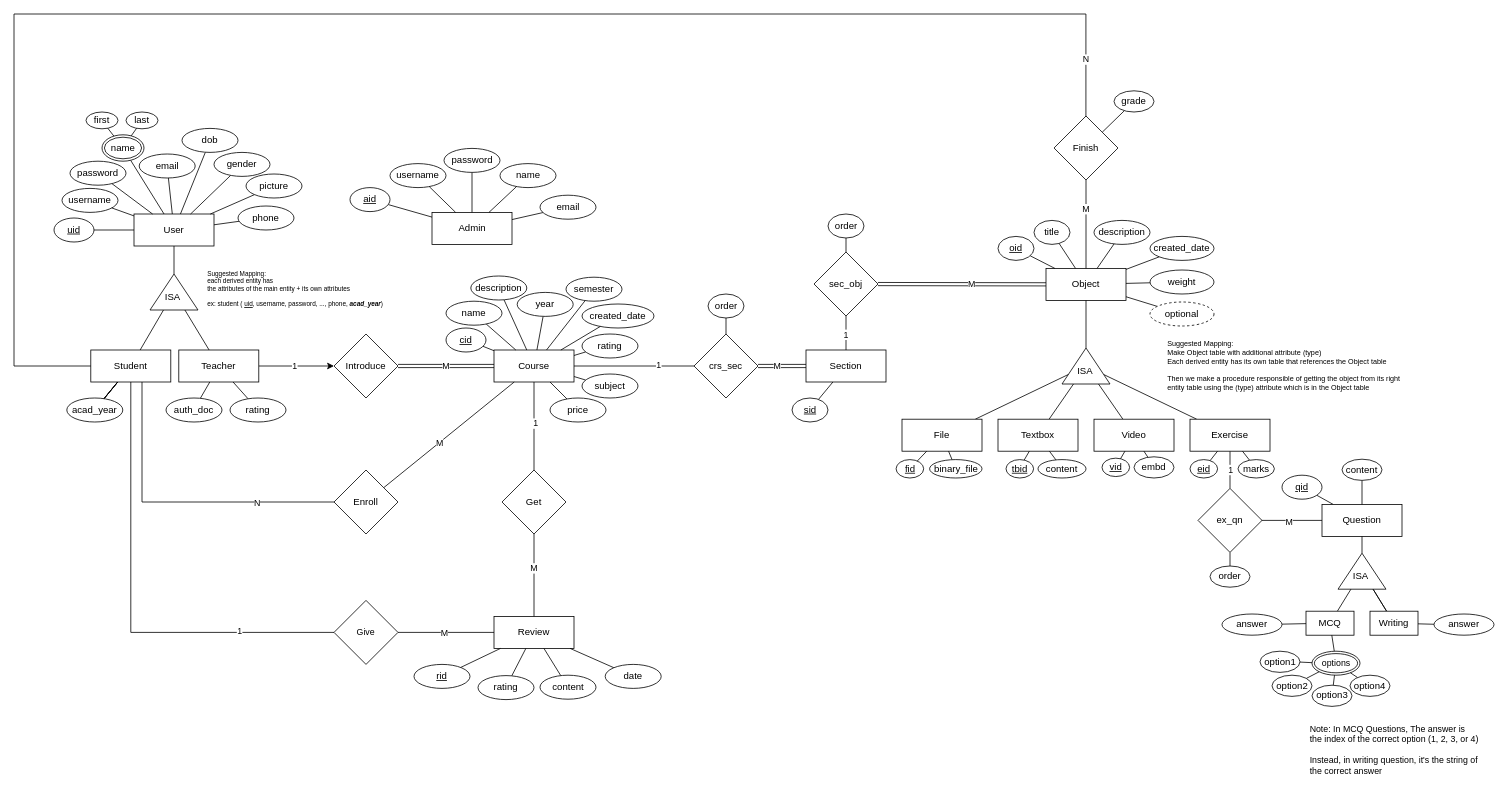
This is page "ERD" (1 of 2) of Design/Database Diagrams.drawio from ahmedamrelhefnawy/Neon-Academy, a draw.io file, before an edit. Source tidied: cells renumbered, new cells numbered last; positions are measured from the earlier drawing's top-left corner, leaving out a move shared by most shapes. Both pictures are drawn from the tidied source at 80%, with x=0, y=0 at pixel (14, 14).
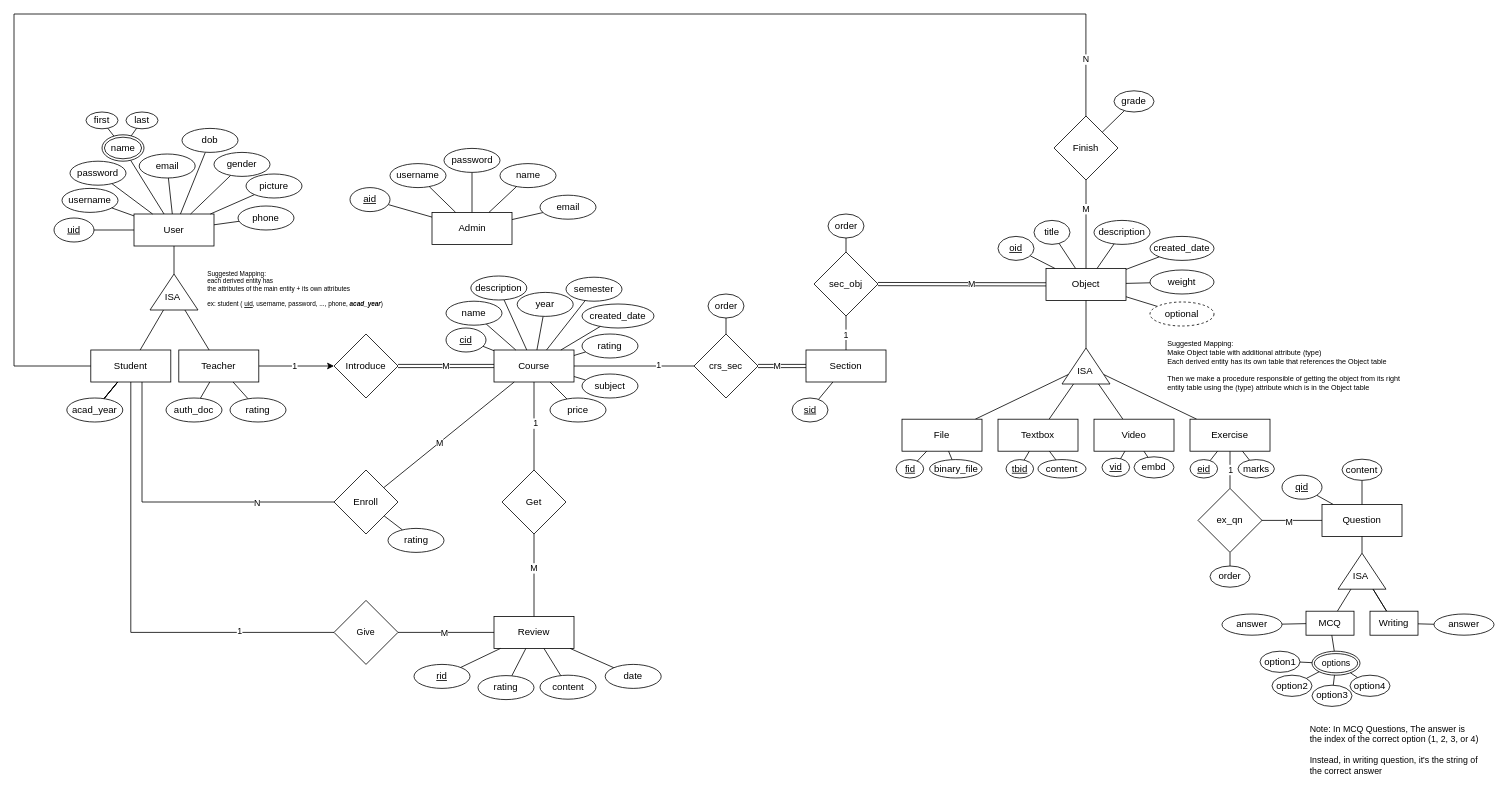
The same diagram, later.

Unchanged cells that the change refers to:
```xml
<mxCell id="99" value="Enroll" style="rhombus;whiteSpace=wrap;html=1;" parent="1" vertex="1">
  <mxGeometry x="400" y="570" width="80" height="80" as="geometry" />
</mxCell>
```

The edit, as a diff of the source:
```diff
@@
+    <mxCell id="197" style="rounded=0;jettySize=auto;html=1;endArrow=none;endFill=0;" parent="1" edge="1" source="99" target="198">
+      <mxGeometry relative="1" as="geometry" />
+    </mxCell>
@@
+    <mxCell id="198" value="rating" style="ellipse;whiteSpace=wrap;html=1;" parent="1" vertex="1">
+      <mxGeometry x="467.5" y="643" width="70" height="30" as="geometry" />
+    </mxCell>
```
